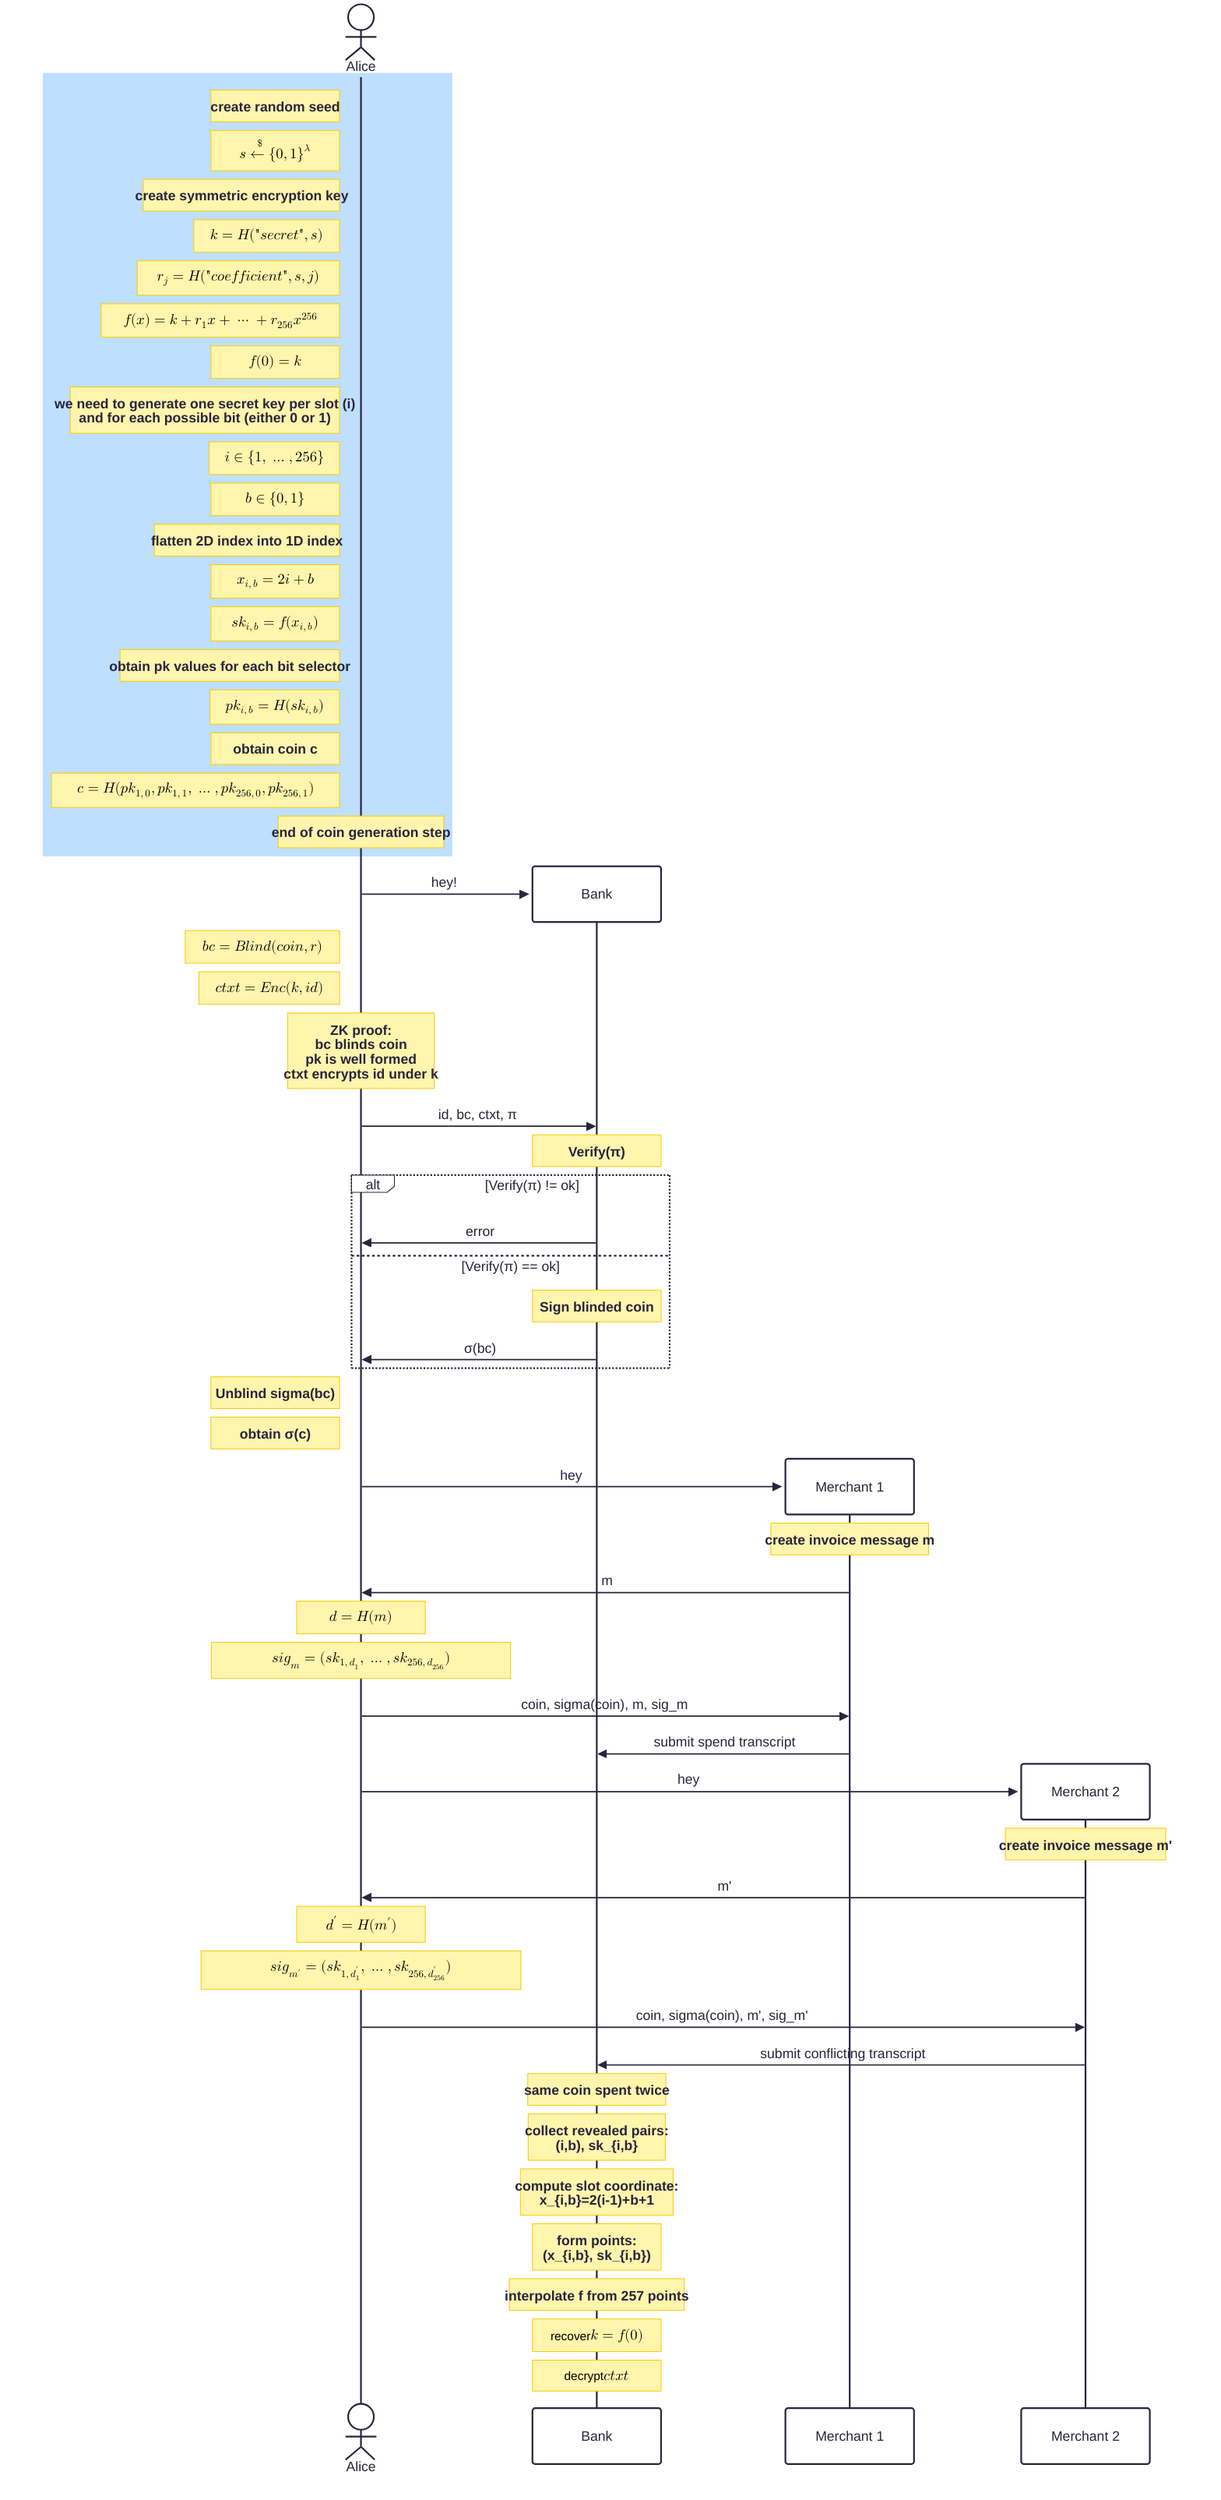
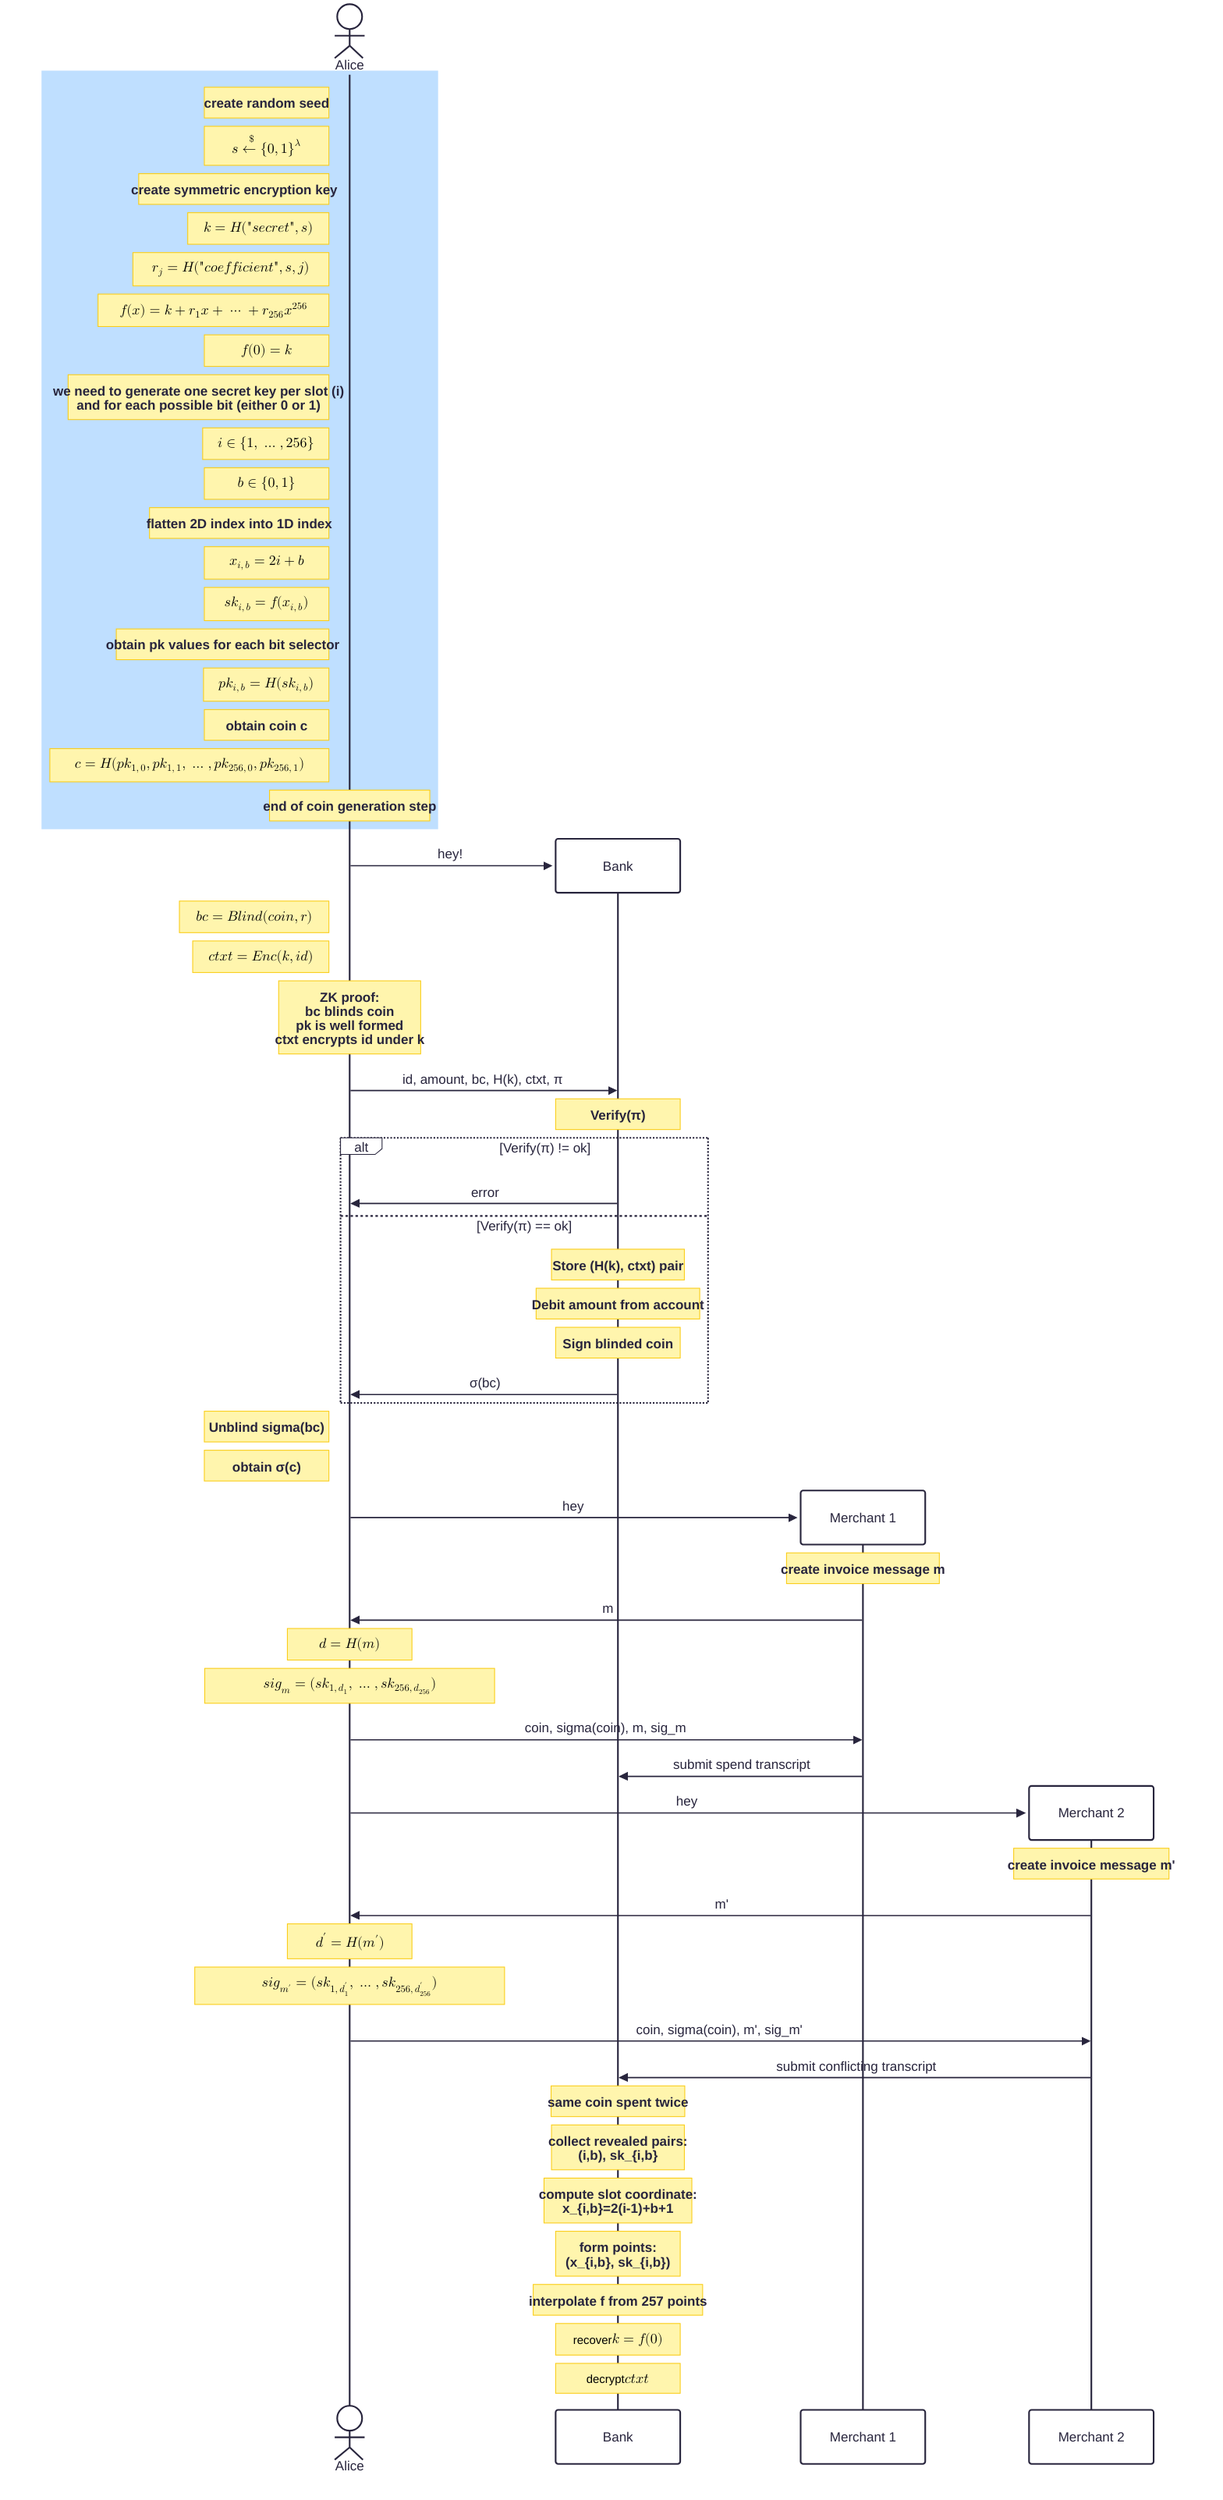
---
config:
  look: handDrawn
  theme: redux
---
sequenceDiagram

    actor a as Alice

    rect rgb(191, 223, 255)

    note left of a: create random seed
    Note left of a: $$s \xleftarrow{\$} \{0,1\}^{\lambda}$$

    note left of a: create symmetric encryption key
    Note left of a: $$k = H("secret", s)$$

    Note left of a: $$r_j = H("coefficient", s, j)$$

    Note left of a: $$f(x)=k+r_{1} x + \cdots + r_{256} x^{256}$$

    Note left of a: $$f(0) = k$$

    note left of a: we need to generate one secret key per slot (i)<br>and for each possible bit (either 0 or 1)
    Note left of a: $$i \in \{1,\ldots,256\}$$
    Note left of a: $$b \in \{0,1\}$$


    note left of a: flatten 2D index into 1D index
    Note left of a: $$x_{i,b} = 2i + b $$

    Note left of a: $$sk_{i,b}=f(x_{i,b})$$

    Note left of a: obtain pk values for each bit selector

    Note left of a: $$pk_{i,b} = H(sk_{i,b})$$

    note left of a: obtain coin c
    Note left of a: $$ c = H(pk_{1,0},pk_{1,1},\ldots,pk_{256,0},pk_{256,1})$$

- 
- 
- 
    note over a: end of coin generation step
end


    create participant bank as Bank

    a ->> bank: hey!

    Note left of a: $$bc=Blind(coin,r)$$


    Note left of a: $$ctxt=Enc(k,id)$$

    Note over a: ZK proof:<br/>bc blinds coin<br/>pk is well formed<br/>ctxt encrypts id under k

-     a->>bank: id, bc, ctxt, π
+     a->>bank: id, amount, bc, H(k), ctxt, π

        Note over bank: Verify(π)

    alt Verify(π) != ok

        bank ->> a: error

    else Verify(π) == ok
-     note over bank: Sign blinded coin
+         note over bank: Store (H(k), ctxt) pair
+         note over bank: Debit amount from account
+         note over bank: Sign blinded coin
        bank ->> a: σ(bc)

    end


    Note left of a: Unblind sigma(bc)

    Note left of a: obtain σ(c)


    create participant b as Merchant 1
    a ->>b :hey


    Note over b: create invoice message m

    b->>a: m

    Note over a: $$d=H(m)$$

    Note over a: $$sig_m=(sk_{1,d_1},\ldots,sk_{256,d_{256}})$$

    a->>b: coin, sigma(coin), m, sig_m

    b->>bank: submit spend transcript


    %% Interaction with
    create participant c as Merchant 2
    a ->> c: hey

    Note over c: create invoice message m'

    c->>a: m'

    Note over a: $$d'=H(m')$$

    Note over a: $$sig_{m'}=(sk_{1,d'_1},\ldots,sk_{256,d'_{256}})$$

    a->>c: coin, sigma(coin), m', sig_m'

    c->>bank: submit conflicting transcript

    Note over bank: same coin spent twice

    Note over bank: collect revealed pairs:<br/>(i,b), sk_{i,b}

    Note over bank: compute slot coordinate:<br/>x_{i,b}=2(i-1)+b+1

    Note over bank: form points:<br/>(x_{i,b}, sk_{i,b})

    Note over bank: interpolate f from 257 points

    Note over bank: recover $$k=f(0)$$

    Note over bank: decrypt $$ctxt$$
